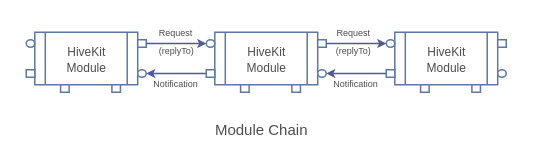
hiveot/hivekit keeps this draw.io diagram as page "Cell Chain" (2 of 8) of docs/hivekit.drawio. Above is the earlier version. Source tidied: cells renumbered, new cells numbered last; positions are measured from the earlier drawing's top-left corner, leaving out a move shared by most shapes. Both pictures are drawn from the tidied source at 150%, with x=0, y=0 at pixel (26, 26).
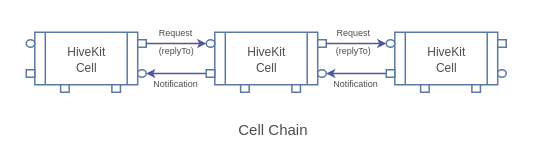
The same diagram, later.

The change refers to these unchanged cells:
```xml
<mxCell id="9" style="group;" parent="1" vertex="1">
  <mxGeometry x="240" y="4" width="80" height="40" as="geometry" />
</mxCell>
<mxCell id="18" style="group;" parent="1" vertex="1">
  <mxGeometry x="120" y="4" width="80" height="40" as="geometry" />
</mxCell>
<mxCell id="28" style="group;" parent="1" vertex="1">
  <mxGeometry y="4" width="80" height="40" as="geometry" />
</mxCell>
```

The edit, as a diff of the source:
```diff
@@
-    <mxCell id="6" value="Module Chain" style="text;html=1;align=right;verticalAlign=middle;whiteSpace=wrap;rounded=0;fontSize=10;fontColor=#4D4D4D;" parent="1" vertex="1">
+    <mxCell id="6" value="Cell Chain" style="text;html=1;align=right;verticalAlign=middle;whiteSpace=wrap;rounded=0;fontSize=10;fontColor=#4D4D4D;" parent="1" vertex="1">
       <mxGeometry x="120" y="64" width="70" height="10" as="geometry" />
     </mxCell>
@@
-    <mxCell id="10" value="&lt;font style=&quot;font-size: 8px;&quot;&gt;HiveKit&lt;/font&gt;&lt;div&gt;&lt;div&gt;&lt;font style=&quot;font-size: 8px;&quot;&gt;Module&lt;/font&gt;&lt;/div&gt;&lt;/div&gt;" style="shape=process;whiteSpace=wrap;html=1;backgroundOutline=1;strokeColor=#5C79A3;fontSize=9;fontColor=#4D4D4D;" parent="9" vertex="1">
+    <mxCell id="10" value="&lt;font style=&quot;font-size: 8px;&quot;&gt;HiveKit&lt;/font&gt;&lt;div&gt;&lt;span style=&quot;font-size: 8px;&quot;&gt;Cell&lt;/span&gt;&lt;/div&gt;" style="shape=process;whiteSpace=wrap;html=1;backgroundOutline=1;strokeColor=#5C79A3;fontSize=9;fontColor=#4D4D4D;" parent="9" vertex="1">
       <mxGeometry x="5.7" width="68.6" height="35" as="geometry" />
     </mxCell>
@@
-    <mxCell id="19" value="&lt;font style=&quot;font-size: 8px;&quot;&gt;HiveKit&lt;/font&gt;&lt;div&gt;&lt;div&gt;&lt;font style=&quot;font-size: 8px;&quot;&gt;Module&lt;/font&gt;&lt;/div&gt;&lt;/div&gt;" style="shape=process;whiteSpace=wrap;html=1;backgroundOutline=1;strokeColor=#5C79A3;fontSize=9;fontColor=#4D4D4D;" parent="18" vertex="1">
+    <mxCell id="19" value="&lt;font style=&quot;font-size: 8px;&quot;&gt;HiveKit&lt;/font&gt;&lt;div&gt;&lt;span style=&quot;font-size: 8px;&quot;&gt;Cell&lt;/span&gt;&lt;/div&gt;" style="shape=process;whiteSpace=wrap;html=1;backgroundOutline=1;strokeColor=#5C79A3;fontSize=9;fontColor=#4D4D4D;" parent="18" vertex="1">
       <mxGeometry x="5.7" width="68.6" height="35" as="geometry" />
     </mxCell>
@@
-    <mxCell id="29" value="&lt;font style=&quot;font-size: 8px;&quot;&gt;HiveKit&lt;/font&gt;&lt;div&gt;&lt;div&gt;&lt;font style=&quot;font-size: 8px;&quot;&gt;Module&lt;/font&gt;&lt;/div&gt;&lt;/div&gt;" style="shape=process;whiteSpace=wrap;html=1;backgroundOutline=1;strokeColor=#5C79A3;fontSize=9;fontColor=#4D4D4D;" parent="28" vertex="1">
+    <mxCell id="29" value="&lt;font style=&quot;font-size: 8px;&quot;&gt;HiveKit&lt;/font&gt;&lt;div&gt;&lt;div&gt;&lt;font style=&quot;font-size: 8px;&quot;&gt;Cell&lt;/font&gt;&lt;/div&gt;&lt;/div&gt;" style="shape=process;whiteSpace=wrap;html=1;backgroundOutline=1;strokeColor=#5C79A3;fontSize=9;fontColor=#4D4D4D;" parent="28" vertex="1">
       <mxGeometry x="5.7" width="68.6" height="35" as="geometry" />
     </mxCell>
```
